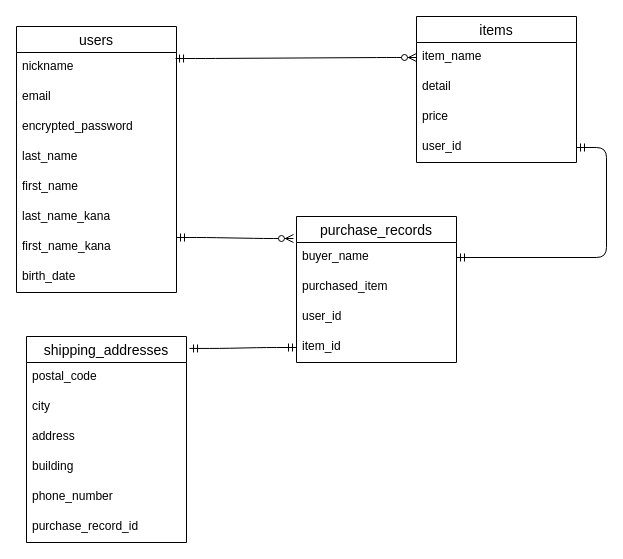
This is furima37120.dio from ken-forest/furima-37120, a draw.io file, before an edit. Source tidied: cells renumbered, new cells numbered last; positions are measured from the earlier drawing's top-left corner, leaving out a move shared by most shapes. Both pictures are drawn from the tidied source at 100%, with x=0, y=0 at pixel (16, 16).
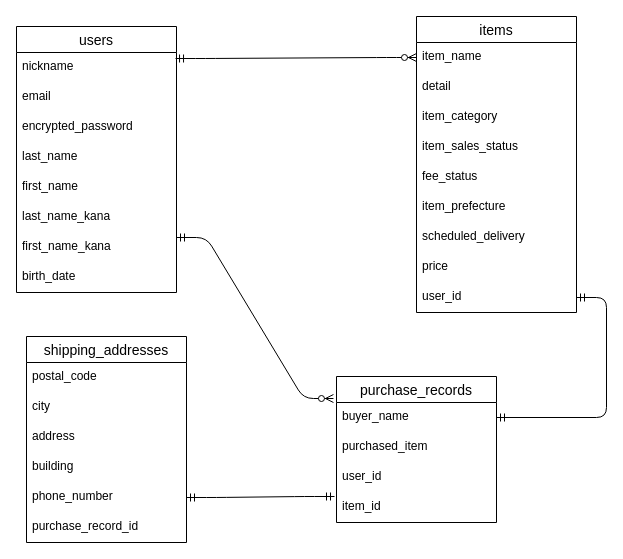
After the change.

Commit message (it also covers changes not shown here):
README.mdとfurima37120.dioのitemsテーブルにカラム５つ追加

＜追加したカラム＞
・item_category
・item_sales_status
・fee_status
・item_prefecture
・scheduled_delivery

The change refers to these unchanged cells:
```xml
<mxCell id="20" value="item_id" style="text;strokeColor=none;fillColor=none;spacingLeft=4;spacingRight=4;overflow=hidden;points=[[0,0.5],[1,0.5]];portConstraint=eastwest;fontSize=12;" parent="16" vertex="1">
  <mxGeometry y="116" width="160" height="30" as="geometry" />
</mxCell>
<mxCell id="21" value="shipping_addresses" style="swimlane;fontStyle=0;horizontal=1;startSize=26;align=center;fontSize=14;" parent="1" vertex="1">
  <mxGeometry x="10" y="320" width="160" height="206" as="geometry" />
</mxCell>
<mxCell id="26" value="phone_number" style="text;strokeColor=none;fillColor=none;spacingLeft=4;spacingRight=4;overflow=hidden;points=[[0,0.5],[1,0.5]];portConstraint=eastwest;fontSize=12;" parent="21" vertex="1">
  <mxGeometry y="146" width="160" height="30" as="geometry" />
</mxCell>
```

The edit, as a diff of the source:
```diff
@@
     <mxCell id="11" value="items" style="swimlane;fontStyle=0;horizontal=1;startSize=26;align=center;fontSize=14;" parent="1" vertex="1">
-      <mxGeometry x="400" width="160" height="146" as="geometry" />
+      <mxGeometry x="400" width="160" height="296" as="geometry" />
     </mxCell>
@@
+    <mxCell id="32" value="detail" style="text;strokeColor=none;fillColor=none;spacingLeft=4;spacingRight=4;overflow=hidden;fontSize=12;" parent="11" vertex="1">
+      <mxGeometry y="56" width="160" height="30" as="geometry" />
+    </mxCell>
+    <mxCell id="33" value="item_category" style="text;strokeColor=none;fillColor=none;spacingLeft=4;spacingRight=4;overflow=hidden;fontSize=12;" parent="11" vertex="1">
+      <mxGeometry y="86" width="160" height="30" as="geometry" />
+    </mxCell>
+    <mxCell id="34" value="item_sales_status" style="text;strokeColor=none;fillColor=none;spacingLeft=4;spacingRight=4;overflow=hidden;fontSize=12;" parent="11" vertex="1">
+      <mxGeometry y="116" width="160" height="30" as="geometry" />
+    </mxCell>
+    <mxCell id="35" value="fee_status" style="text;strokeColor=none;fillColor=none;spacingLeft=4;spacingRight=4;overflow=hidden;fontSize=12;" parent="11" vertex="1">
+      <mxGeometry y="146" width="160" height="30" as="geometry" />
+    </mxCell>
+    <mxCell id="36" value="item_prefecture" style="text;strokeColor=none;fillColor=none;spacingLeft=4;spacingRight=4;overflow=hidden;fontSize=12;" parent="11" vertex="1">
+      <mxGeometry y="176" width="160" height="30" as="geometry" />
+    </mxCell>
-    <mxCell id="13" value="detail" style="text;strokeColor=none;fillColor=none;spacingLeft=4;spacingRight=4;overflow=hidden;fontSize=12;" parent="11" vertex="1">
-      <mxGeometry y="56" width="160" height="30" as="geometry" />
+    <mxCell id="13" value="scheduled_delivery" style="text;strokeColor=none;fillColor=none;spacingLeft=4;spacingRight=4;overflow=hidden;fontSize=12;" parent="11" vertex="1">
+      <mxGeometry y="206" width="160" height="30" as="geometry" />
     </mxCell>
     <mxCell id="14" value="price" style="text;strokeColor=none;fillColor=none;spacingLeft=4;spacingRight=4;overflow=hidden;fontSize=12;" parent="11" vertex="1">
-      <mxGeometry y="86" width="160" height="30" as="geometry" />
+      <mxGeometry y="236" width="160" height="30" as="geometry" />
     </mxCell>
     <mxCell id="15" value="user_id" style="text;strokeColor=none;fillColor=none;spacingLeft=4;spacingRight=4;overflow=hidden;points=[[0,0.5],[1,0.5]];portConstraint=eastwest;fontSize=12;" parent="11" vertex="1">
-      <mxGeometry y="116" width="160" height="30" as="geometry" />
+      <mxGeometry y="266" width="160" height="30" as="geometry" />
     </mxCell>
     <mxCell id="16" value="purchase_records" style="swimlane;fontStyle=0;horizontal=1;startSize=26;align=center;fontSize=14;" parent="1" vertex="1">
-      <mxGeometry x="280" y="200" width="160" height="146" as="geometry" />
+      <mxGeometry x="320" y="360" width="160" height="146" as="geometry" />
     </mxCell>
@@
-    <mxCell id="30" style="edgeStyle=entityRelationEdgeStyle;fontSize=12;html=1;endArrow=ERmandOne;startArrow=ERmandOne;exitX=1.019;exitY=0.058;exitDx=0;exitDy=0;exitPerimeter=0;" parent="1" edge="1" source="21" target="20">
-      <mxGeometry relative="1" as="geometry" />
+    <mxCell id="30" style="edgeStyle=entityRelationEdgeStyle;fontSize=12;html=1;endArrow=ERmandOne;startArrow=ERmandOne;exitX=1;exitY=0.5;exitDx=0;exitDy=0;" parent="1" edge="1" source="26">
+      <mxGeometry relative="1" as="geometry">
+        <mxPoint x="318" y="480" as="targetPoint" />
+      </mxGeometry>
     </mxCell>
```
